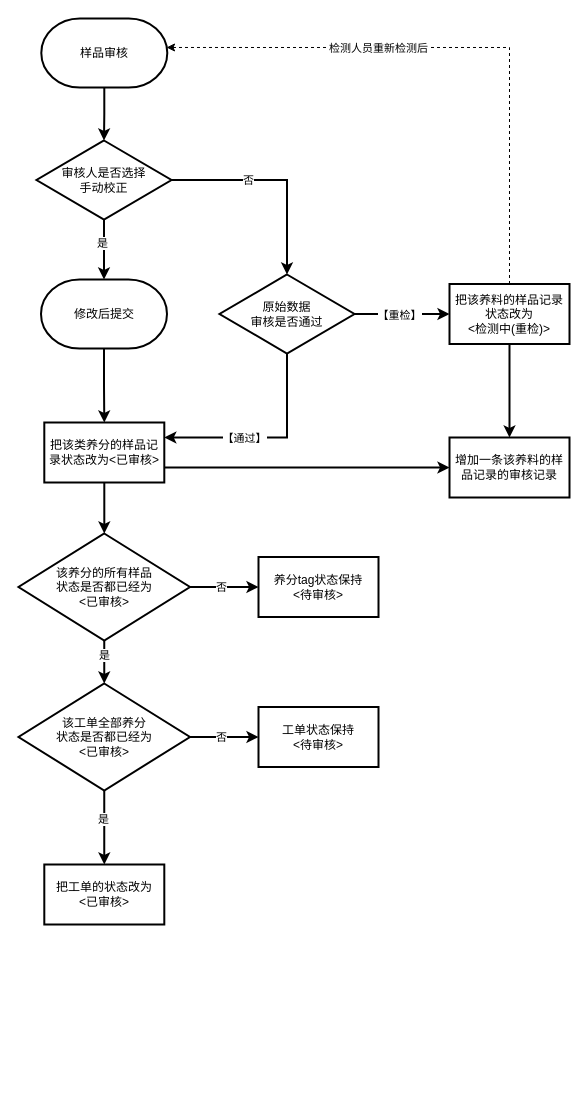
Above: 智农宝.drawio in RK-JD/DrawIO (draw.io), before the change. Source tidied: cells renumbered, new cells numbered last; positions are measured from the earlier drawing's top-left corner, leaving out a move shared by most shapes. Both pictures are drawn from the tidied source at 100%, with x=0, y=0 at pixel (18, 18).
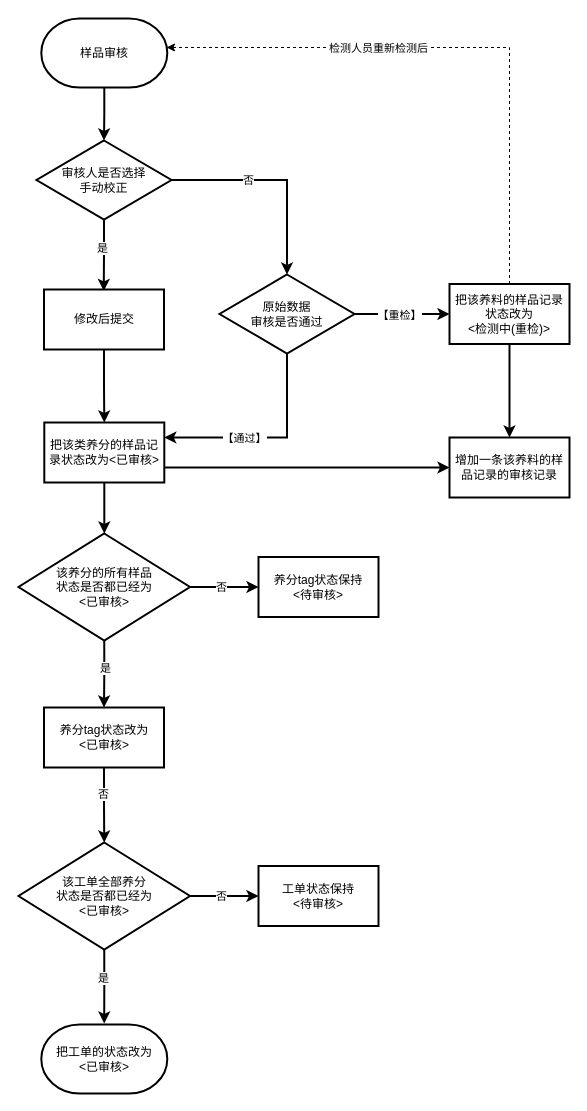
The same page after the edit.

Commit message:
更新智农宝.drawio

The change refers to these unchanged cells:
```xml
<mxCell id="5" value="把该类养分的样品记录状态改为&amp;lt;已审核&amp;gt;" style="rounded=0;whiteSpace=wrap;html=1;strokeWidth=2;" parent="1" vertex="1">
  <mxGeometry x="25.8" y="404" width="120" height="60" as="geometry" />
</mxCell>
<mxCell id="16" value="审核人是否选择&lt;div&gt;手动校正&lt;/div&gt;" style="strokeWidth=2;html=1;shape=mxgraph.flowchart.decision;whiteSpace=wrap;" parent="1" vertex="1">
  <mxGeometry x="18" y="122" width="135" height="79" as="geometry" />
</mxCell>
<mxCell id="31" value="该养分的所有样品&lt;div&gt;状态是否都已经为&lt;/div&gt;&lt;div&gt;&amp;lt;已审核&amp;gt;&lt;/div&gt;" style="strokeWidth=2;html=1;shape=mxgraph.flowchart.decision;whiteSpace=wrap;" parent="1" vertex="1">
  <mxGeometry y="515" width="171.5" height="107" as="geometry" />
</mxCell>
```

What changed in the source:
```diff
@@
-    <mxCell id="7" value="把工单的状态改为&lt;div&gt;&amp;lt;已审核&amp;gt;&lt;/div&gt;" style="rounded=0;whiteSpace=wrap;html=1;strokeWidth=2;" parent="1" vertex="1">
-      <mxGeometry x="25.8" y="846" width="120" height="60" as="geometry" />
-    </mxCell>
-    <mxCell id="8" style="edgeStyle=orthogonalEdgeStyle;rounded=0;jettySize=auto;html=1;exitX=0.5;exitY=1;exitDx=0;exitDy=0;exitPerimeter=0;entryX=0.5;entryY=0;entryDx=0;entryDy=0;strokeWidth=2;" parent="1" edge="1" source="12" target="7">
-      <mxGeometry relative="1" as="geometry" />
+    <mxCell id="8" style="edgeStyle=orthogonalEdgeStyle;rounded=0;jettySize=auto;html=1;exitX=0.5;exitY=1;exitDx=0;exitDy=0;exitPerimeter=0;entryX=0.5;entryY=0;entryDx=0;entryDy=0;strokeWidth=2;" parent="1" edge="1" source="12">
+      <mxGeometry relative="1" as="geometry">
+        <mxPoint x="85.7" y="1005" as="targetPoint" />
+      </mxGeometry>
     </mxCell>
@@
     <mxCell id="12" value="该工单全部养分&lt;div&gt;状态是否都已经为&lt;/div&gt;&lt;div&gt;&amp;lt;已审核&amp;gt;&lt;/div&gt;" style="strokeWidth=2;html=1;shape=mxgraph.flowchart.decision;whiteSpace=wrap;" parent="1" vertex="1">
-      <mxGeometry y="665" width="171.5" height="107" as="geometry" />
+      <mxGeometry y="824" width="171.5" height="107" as="geometry" />
     </mxCell>
@@
-    <mxCell id="14" style="edgeStyle=orthogonalEdgeStyle;rounded=0;jettySize=auto;html=1;exitX=0.5;exitY=1;exitDx=0;exitDy=0;exitPerimeter=0;strokeWidth=2;" parent="1" edge="1" source="16" target="27">
+    <mxCell id="14" style="edgeStyle=orthogonalEdgeStyle;rounded=0;jettySize=auto;html=1;exitX=0.5;exitY=1;exitDx=0;exitDy=0;exitPerimeter=0;strokeWidth=2;entryX=0.498;entryY=0.025;entryDx=0;entryDy=0;entryPerimeter=0;" parent="1" edge="1" source="16" target="27">
       <mxGeometry relative="1" as="geometry" />
     </mxCell>
@@
-    <mxCell id="26" style="edgeStyle=orthogonalEdgeStyle;rounded=0;jettySize=auto;html=1;exitX=0.5;exitY=1;exitDx=0;exitDy=0;exitPerimeter=0;strokeWidth=2;" parent="1" edge="1" source="27" target="5">
+    <mxCell id="26" style="edgeStyle=orthogonalEdgeStyle;rounded=0;jettySize=auto;html=1;strokeWidth=2;" parent="1" edge="1" source="27" target="5">
       <mxGeometry relative="1" as="geometry" />
     </mxCell>
-    <mxCell id="27" value="修改后提交" style="strokeWidth=2;html=1;shape=mxgraph.flowchart.terminator;whiteSpace=wrap;" parent="1" vertex="1">
-      <mxGeometry x="22.5" y="261" width="126" height="69" as="geometry" />
-    </mxCell>
     <mxCell id="28" value="工单状态保持&lt;div&gt;&amp;lt;待审核&amp;gt;&lt;/div&gt;" style="rounded=0;whiteSpace=wrap;html=1;strokeWidth=2;" parent="1" vertex="1">
-      <mxGeometry x="240" y="688.5" width="120" height="60" as="geometry" />
+      <mxGeometry x="240" y="847.5" width="120" height="60" as="geometry" />
     </mxCell>
@@
+    <mxCell id="37" style="edgeStyle=orthogonalEdgeStyle;rounded=0;jettySize=auto;html=1;exitX=0.5;exitY=1;exitDx=0;exitDy=0;exitPerimeter=0;entryX=0.5;entryY=0;entryDx=0;entryDy=0;strokeWidth=2;" parent="1" edge="1" source="31" target="38">
+      <mxGeometry relative="1" as="geometry" />
+    </mxCell>
+    <mxCell id="33" value="是" style="edgeLabel;html=1;align=center;verticalAlign=middle;" parent="37" vertex="1">
+      <mxGeometry x="-0.18" y="1" relative="1" as="geometry" />
+    </mxCell>
@@
-    <mxCell id="32" style="edgeStyle=orthogonalEdgeStyle;rounded=0;jettySize=auto;html=1;exitX=0.5;exitY=1;exitDx=0;exitDy=0;exitPerimeter=0;entryX=0.5;entryY=0;entryDx=0;entryDy=0;entryPerimeter=0;strokeWidth=2;" parent="1" edge="1" source="31" target="12">
-      <mxGeometry relative="1" as="geometry" />
-    </mxCell>
-    <mxCell id="33" value="是" style="edgeLabel;html=1;align=center;verticalAlign=middle;" parent="32" vertex="1">
-      <mxGeometry x="-0.35" y="-3" relative="1" as="geometry">
-        <mxPoint x="3" as="offset" />
-      </mxGeometry>
-    </mxCell>
@@
+    <mxCell id="38" value="养分tag状态改为&lt;div&gt;&amp;lt;已审核&amp;gt;&lt;/div&gt;" style="rounded=0;whiteSpace=wrap;html=1;strokeWidth=2;" parent="1" vertex="1">
+      <mxGeometry x="25.5" y="689" width="120" height="60" as="geometry" />
+    </mxCell>
+    <mxCell id="39" style="edgeStyle=orthogonalEdgeStyle;rounded=0;jettySize=auto;html=1;exitX=0.5;exitY=1;exitDx=0;exitDy=0;entryX=0.5;entryY=0;entryDx=0;entryDy=0;entryPerimeter=0;strokeWidth=2;" parent="1" edge="1" source="38" target="12">
+      <mxGeometry relative="1" as="geometry" />
+    </mxCell>
+    <mxCell id="40" value="否" style="edgeLabel;html=1;align=center;verticalAlign=middle;" parent="39" vertex="1">
+      <mxGeometry x="-0.3" y="-1" relative="1" as="geometry" />
+    </mxCell>
+    <mxCell id="7" value="把工单的状态改为&lt;div&gt;&amp;lt;已审核&amp;gt;&lt;/div&gt;" style="strokeWidth=2;html=1;shape=mxgraph.flowchart.terminator;whiteSpace=wrap;" parent="1" vertex="1">
+      <mxGeometry x="22.8" y="1006" width="126" height="69" as="geometry" />
+    </mxCell>
+    <mxCell id="27" value="修改后提交" style="rounded=0;whiteSpace=wrap;html=1;strokeWidth=2;" parent="1" vertex="1">
+      <mxGeometry x="25.5" y="271" width="120" height="60" as="geometry" />
+    </mxCell>
```
